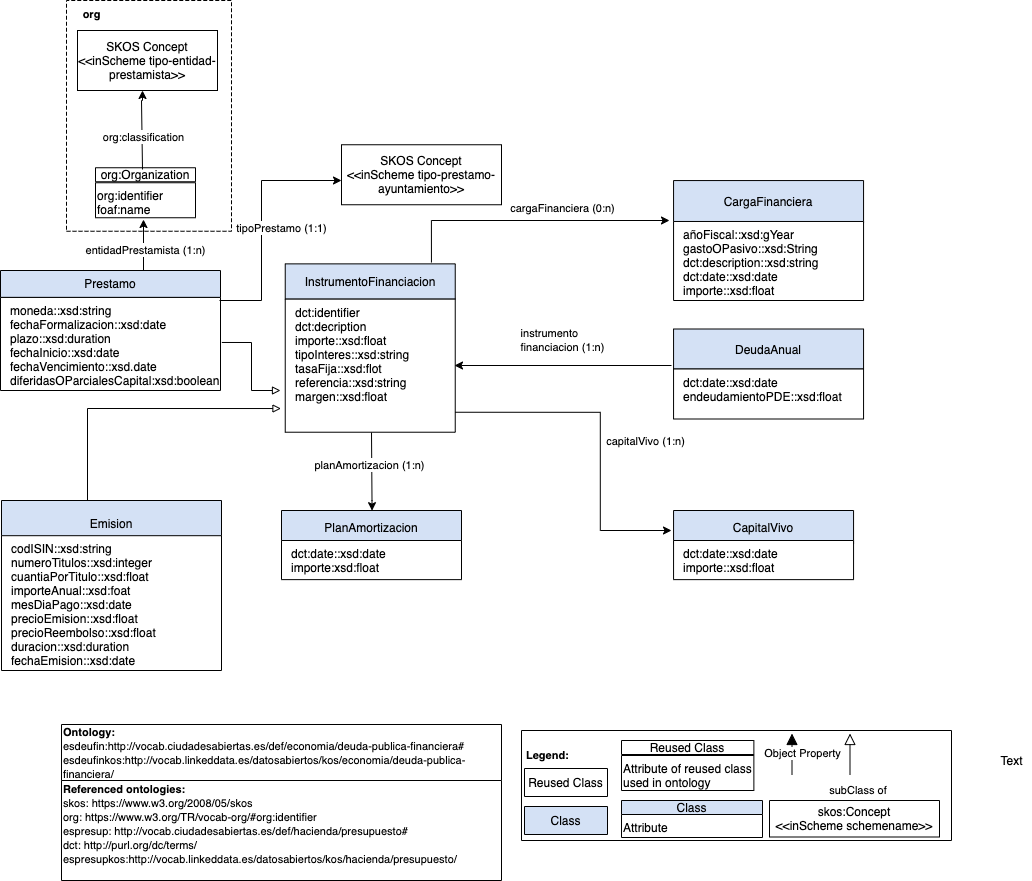
Before: OnToology/ontology/deudaPublicaFinanciera.owl/documentation/resources/images/modeloConceptual.png, a diagram exported from draw.io (leticiarubalcabadg/vocab-economia-deuda-financiera). Source tidied: cells renumbered, new cells last; positions are measured from the earlier drawing's top-left corner, leaving out a move shared by most shapes.
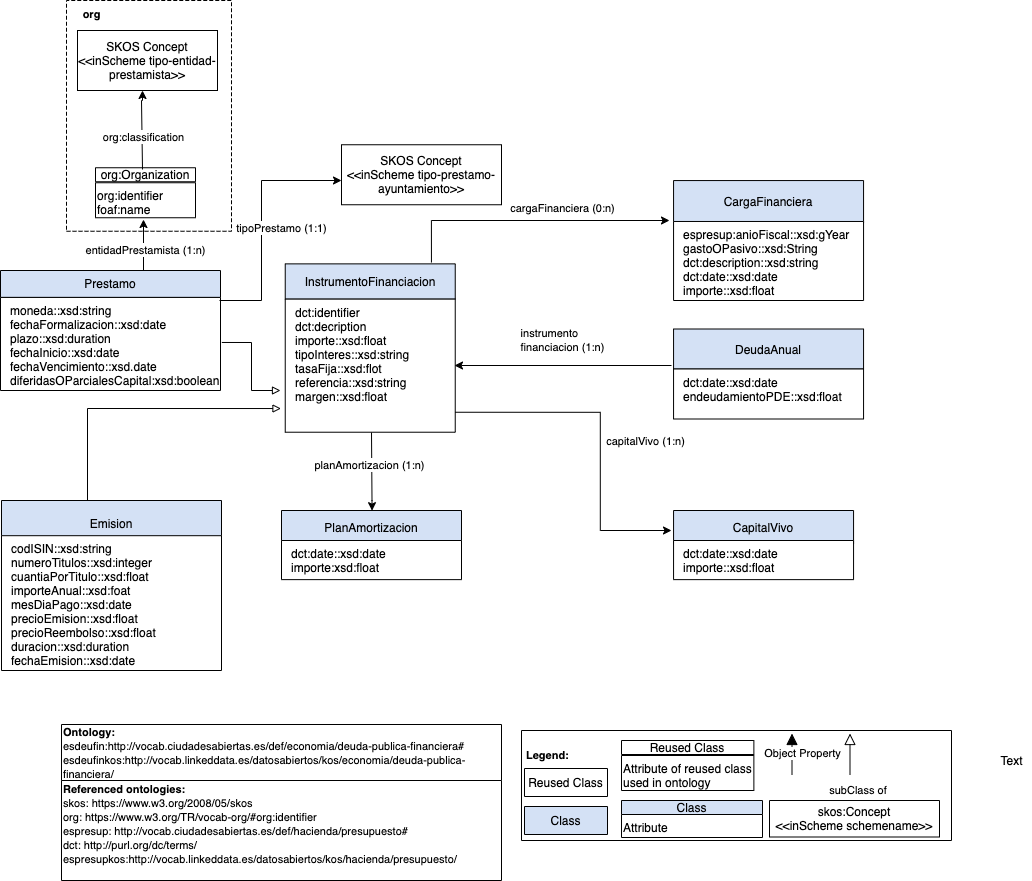
After the commit.

Commit message:
Cambio propiedad año fiscal

Se reusa la propiedad anioFiscal del vocabulario de Presupuesto

The edit, as a diff of the source:
```diff
@@ -21,7 +21,7 @@
     <mxCell id="5" value="&lt;font style=&quot;font-size: 12px ; color: rgb(0 , 0 , 0) ; direction: ltr ; letter-spacing: 0px ; line-height: 120% ; opacity: 1&quot;&gt;CargaFinanciera&lt;br&gt;&lt;/font&gt;" style="verticalAlign=middle;align=center;vsdxID=334;fillColor=#D4E1F5;gradientColor=none;shape=(stored shape, 160 characters);labelBackgroundColor=none;rounded=0;html=1;whiteSpace=wrap;" parent="4" vertex="1">
       <mxGeometry y="7.1" width="190" height="42.3" as="geometry" />
     </mxCell>
-    <mxCell id="6" value="&lt;p style=&quot;margin: 0px 0px 0px 8px&quot;&gt;&lt;span&gt;añoFiscal::xsd:gYear&lt;/span&gt;&lt;/p&gt;&lt;p style=&quot;margin: 0px 0px 0px 8px&quot;&gt;&lt;span&gt;gastoOPasivo::xsd:String&lt;/span&gt;&lt;/p&gt;&lt;p style=&quot;margin: 0px 0px 0px 8px&quot;&gt;&lt;span&gt;dct:description::xsd:string&lt;/span&gt;&lt;/p&gt;&lt;p style=&quot;margin: 0px 0px 0px 8px&quot;&gt;dct:date::xsd:date&lt;/p&gt;&lt;p style=&quot;margin: 0px 0px 0px 8px&quot;&gt;importe::xsd:float&lt;/p&gt;" style="verticalAlign=top;align=left;vsdxID=335;fillColor=#FFFFFF;gradientColor=none;shape=(stored shape, 160 characters);labelBackgroundColor=none;rounded=0;html=1;whiteSpace=wrap;" parent="4" vertex="1">
+    <mxCell id="6" value="&lt;p style=&quot;margin: 0px 0px 0px 8px&quot;&gt;&lt;span&gt;espresup:anioFiscal::xsd:gYear&lt;/span&gt;&lt;/p&gt;&lt;p style=&quot;margin: 0px 0px 0px 8px&quot;&gt;&lt;span&gt;gastoOPasivo::xsd:String&lt;/span&gt;&lt;/p&gt;&lt;p style=&quot;margin: 0px 0px 0px 8px&quot;&gt;&lt;span&gt;dct:description::xsd:string&lt;/span&gt;&lt;/p&gt;&lt;p style=&quot;margin: 0px 0px 0px 8px&quot;&gt;dct:date::xsd:date&lt;/p&gt;&lt;p style=&quot;margin: 0px 0px 0px 8px&quot;&gt;importe::xsd:float&lt;/p&gt;" style="verticalAlign=top;align=left;vsdxID=335;fillColor=#FFFFFF;gradientColor=none;shape=(stored shape, 160 characters);labelBackgroundColor=none;rounded=0;html=1;whiteSpace=wrap;" parent="4" vertex="1">
       <mxGeometry y="48" width="190" height="79" as="geometry" />
     </mxCell>
     <mxCell id="7" value="&lt;p style=&quot;margin-left: 0 ; margin-right: 0 ; margin-top: 0px ; margin-bottom: 0px ; text-indent: 0 ; direction: ltr&quot;&gt;&lt;font style=&quot;font-size: 11px ; color: rgb(0 , 0 , 0) ; direction: ltr ; letter-spacing: 0px ; line-height: 120% ; opacity: 1&quot;&gt;&lt;b&gt;Ontology:&lt;br&gt;&lt;/b&gt;&lt;/font&gt;&lt;font style=&quot;font-size: 11px ; color: rgb(0 , 0 , 0) ; direction: ltr ; letter-spacing: 0px ; line-height: 120% ; opacity: 1&quot;&gt;   esdeufin:http://vocab.ciudadesabiertas.es/def/economia/deuda-publica-financiera#&lt;br&gt;&lt;/font&gt;&lt;/p&gt;&lt;p style=&quot;margin-left: 0 ; margin-right: 0 ; margin-top: 0px ; margin-bottom: 0px ; text-indent: 0 ; direction: ltr&quot;&gt;&lt;font style=&quot;font-size: 11px ; color: rgb(0 , 0 , 0) ; direction: ltr ; letter-spacing: 0px ; line-height: 120% ; opacity: 1&quot;&gt;esdeufinkos:http://vocab.linkeddata.es/datosabiertos/kos/economia/deuda-publica-financiera/&lt;/font&gt;&lt;/p&gt;" style="verticalAlign=middle;align=left;vsdxID=301;fillColor=#FFFFFF;gradientColor=none;shape=(stored shape, 160 characters);labelBackgroundColor=none;rounded=0;html=1;whiteSpace=wrap;" parent="1" vertex="1">
```
